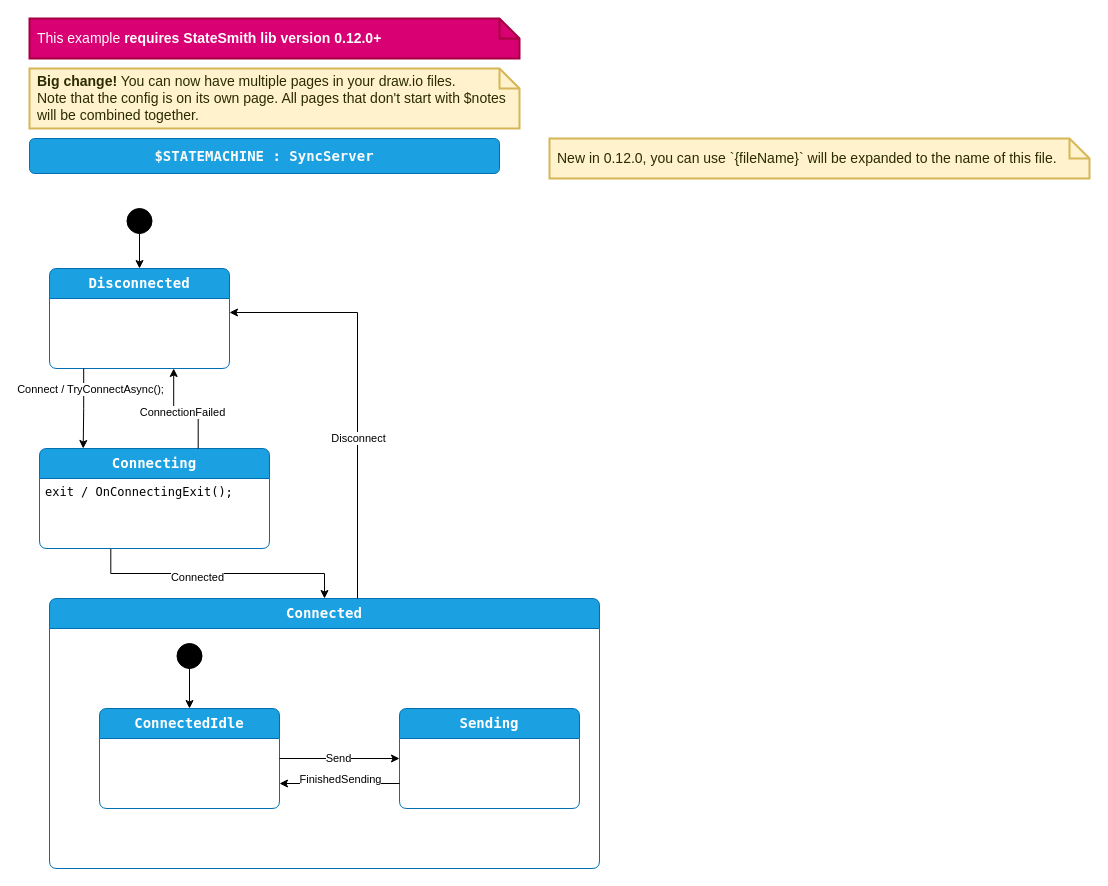
Before: page "design" (1 of 3) of FinancialTracker/StateMachines/SyncServer.drawio in ArtemPindrus/FinancialTracker, a draw.io diagram. Source tidied: cells renumbered, new cells numbered last; positions are measured from the earlier drawing's top-left corner, leaving out a move shared by most shapes. Both pictures are drawn from the tidied source at 100%, with x=0, y=0 at pixel (29, 18).
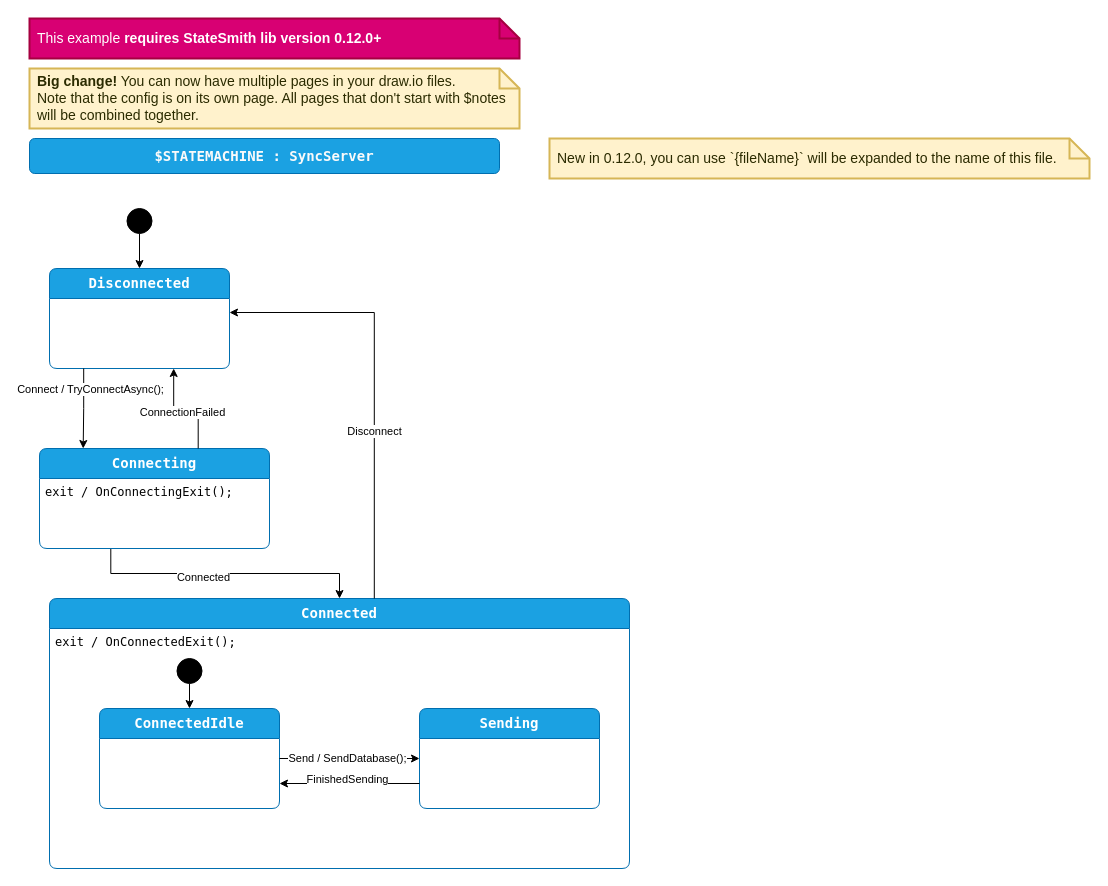
After the change.

Unchanged cells that the change refers to:
```xml
<mxCell id="22" style="edgeStyle=orthogonalEdgeStyle;rounded=0;jettySize=auto;html=1;exitX=1;exitY=0.5;exitDx=0;exitDy=0;exitPerimeter=0;entryX=0;entryY=0.5;entryDx=0;entryDy=0;entryPerimeter=0;" parent="14" edge="1" source="18" target="16">
  <mxGeometry relative="1" as="geometry" />
</mxCell>
```

The edit, as a diff of the source:
```diff
@@
     <mxCell id="14" value="Connected" style="shape=swimlane;align=center;verticalAlign=top;fontFamily=Lucida Console;startSize=30;fontSize=14;fontStyle=1;fontColor=#ffffff;fillColor=#1ba1e2;swimlaneFillColor=default;rounded=1;arcSize=15;absoluteArcSize=1;points=[[0,0,0,0,0],[0,0.06,0,0,0],[0,0.13,0,0,0],[0,0.19,0,0,0],[0,0.25,0,0,0],[0,0.31,0,0,0],[0,0.38,0,0,0],[0,0.44,0,0,0],[0,0.5,0,0,0],[0,0.56,0,0,0],[0,0.63,0,0,0],[0,0.69,0,0,0],[0,0.75,0,0,0],[0,0.81,0,0,0],[0,0.88,0,0,0],[0,0.94,0,0,0],[0,1,0,0,0],[0.06,0,0,0,0],[0.06,1,0,0,0],[0.13,0,0,0,0],[0.13,1,0,0,0],[0.19,0,0,0,0],[0.19,1,0,0,0],[0.25,0,0,0,0],[0.25,1,0,0,0],[0.31,0,0,0,0],[0.31,1,0,0,0],[0.38,0,0,0,0],[0.38,1,0,0,0],[0.44,0,0,0,0],[0.44,1,0,0,0],[0.5,0,0,0,0],[0.5,1,0,0,0],[0.56,0,0,0,0],[0.56,1,0,0,0],[0.63,0,0,0,0],[0.63,1,0,0,0],[0.69,0,0,0,0],[0.69,1,0,0,0],[0.75,0,0,0,0],[0.75,1,0,0,0],[0.81,0,0,0,0],[0.81,1,0,0,0],[0.88,0,0,0,0],[0.88,1,0,0,0],[0.94,0,0,0,0],[0.94,1,0,0,0],[1,0,0,0,0],[1,0.06,0,0,0],[1,0.13,0,0,0],[1,0.19,0,0,0],[1,0.25,0,0,0],[1,0.31,0,0,0],[1,0.38,0,0,0],[1,0.44,0,0,0],[1,0.5,0,0,0],[1,0.56,0,0,0],[1,0.63,0,0,0],[1,0.69,0,0,0],[1,0.75,0,0,0],[1,0.81,0,0,0],[1,0.88,0,0,0],[1,0.94,0,0,0],[1,1,0,0,0]];strokeColor=#006EAF;" parent="1" vertex="1">
-      <mxGeometry x="20" y="580" width="550" height="270" as="geometry" />
+      <mxGeometry x="20" y="580" width="580" height="270" as="geometry" />
     </mxCell>
-    <mxCell id="15" style="fontFamily=Lucida Console;align=left;verticalAlign=top;fillColor=none;gradientColor=none;strokeColor=none;rounded=0;spacingLeft=4;" parent="14" vertex="1">
-      <mxGeometry y="30" width="50" height="40" as="geometry" />
+    <mxCell id="15" value="exit / OnConnectedExit();" style="fontFamily=Lucida Console;align=left;verticalAlign=top;fillColor=none;gradientColor=none;strokeColor=none;rounded=0;spacingLeft=4;" parent="14" vertex="1">
+      <mxGeometry y="30" width="210" height="30" as="geometry" />
     </mxCell>
     <mxCell id="16" value="Sending" style="shape=swimlane;align=center;verticalAlign=top;fontFamily=Lucida Console;startSize=30;fontSize=14;fontStyle=1;fontColor=#ffffff;fillColor=#1ba1e2;swimlaneFillColor=default;rounded=1;arcSize=15;absoluteArcSize=1;points=[[0,0,0,0,0],[0,0.06,0,0,0],[0,0.13,0,0,0],[0,0.19,0,0,0],[0,0.25,0,0,0],[0,0.31,0,0,0],[0,0.38,0,0,0],[0,0.44,0,0,0],[0,0.5,0,0,0],[0,0.56,0,0,0],[0,0.63,0,0,0],[0,0.69,0,0,0],[0,0.75,0,0,0],[0,0.81,0,0,0],[0,0.88,0,0,0],[0,0.94,0,0,0],[0,1,0,0,0],[0.06,0,0,0,0],[0.06,1,0,0,0],[0.13,0,0,0,0],[0.13,1,0,0,0],[0.19,0,0,0,0],[0.19,1,0,0,0],[0.25,0,0,0,0],[0.25,1,0,0,0],[0.31,0,0,0,0],[0.31,1,0,0,0],[0.38,0,0,0,0],[0.38,1,0,0,0],[0.44,0,0,0,0],[0.44,1,0,0,0],[0.5,0,0,0,0],[0.5,1,0,0,0],[0.56,0,0,0,0],[0.56,1,0,0,0],[0.63,0,0,0,0],[0.63,1,0,0,0],[0.69,0,0,0,0],[0.69,1,0,0,0],[0.75,0,0,0,0],[0.75,1,0,0,0],[0.81,0,0,0,0],[0.81,1,0,0,0],[0.88,0,0,0,0],[0.88,1,0,0,0],[0.94,0,0,0,0],[0.94,1,0,0,0],[1,0,0,0,0],[1,0.06,0,0,0],[1,0.13,0,0,0],[1,0.19,0,0,0],[1,0.25,0,0,0],[1,0.31,0,0,0],[1,0.38,0,0,0],[1,0.44,0,0,0],[1,0.5,0,0,0],[1,0.56,0,0,0],[1,0.63,0,0,0],[1,0.69,0,0,0],[1,0.75,0,0,0],[1,0.81,0,0,0],[1,0.88,0,0,0],[1,0.94,0,0,0],[1,1,0,0,0]];strokeColor=#006EAF;" parent="14" vertex="1">
-      <mxGeometry x="350" y="110" width="180" height="100" as="geometry" />
+      <mxGeometry x="370" y="110" width="180" height="100" as="geometry" />
     </mxCell>
@@
     <mxCell id="21" value="$initial_state" style="shape=ellipse;fillColor=#000000;noLabel=1;" parent="14" vertex="1">
-      <mxGeometry x="127.5" y="45" width="25" height="25" as="geometry" />
+      <mxGeometry x="127.5" y="60" width="25" height="25" as="geometry" />
     </mxCell>
@@
-    <mxCell id="23" value="Send" style="edgeLabel;html=1;align=center;verticalAlign=middle;" parent="22" vertex="1">
+    <mxCell id="23" value="Send / SendDatabase();" style="edgeLabel;html=1;align=center;verticalAlign=middle;" parent="22" vertex="1">
       <mxGeometry x="-0.04" y="1" relative="1" as="geometry" />
     </mxCell>
```
